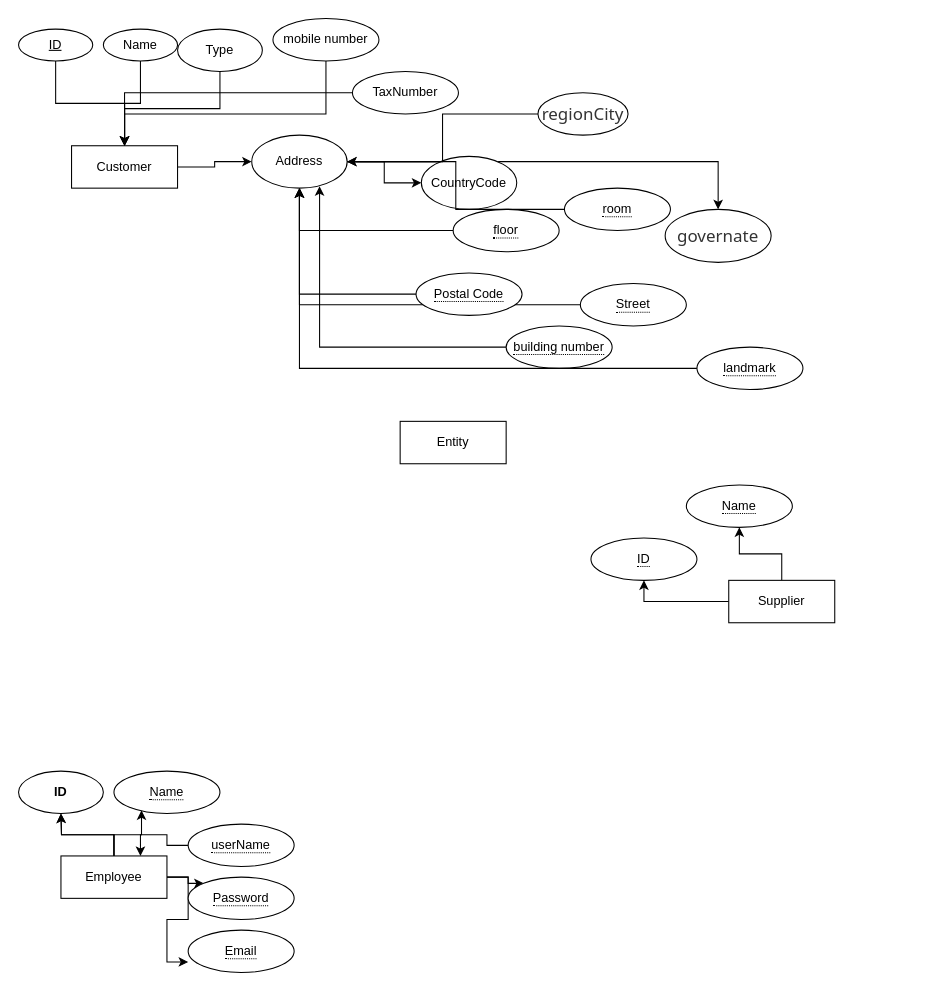
Earlier version of the draw.io diagram Untitled Diagram.drawio (mohamed351/AlphaERP). Source tidied: cells renumbered, new cells numbered last; positions are measured from the earlier drawing's top-left corner, leaving out a move shared by most shapes. Both pictures are drawn from the tidied source at 106%, with x=0, y=0 at pixel (18, 18).
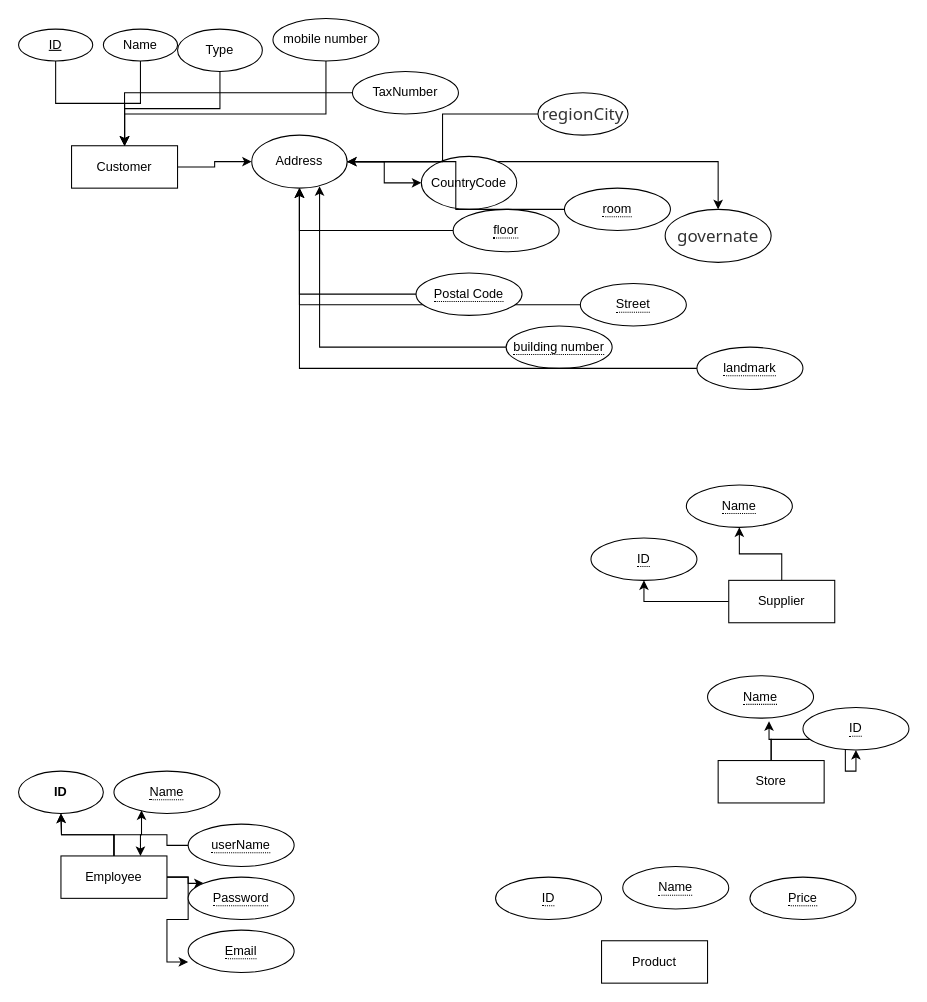
The same page after the edit.

The edit, as a diff of the source:
```diff
@@
+    <mxCell id="51" style="edgeStyle=orthogonalEdgeStyle;rounded=0;jettySize=auto;html=1;entryX=0.5;entryY=1;entryDx=0;entryDy=0;" parent="1" edge="1" source="50" target="54">
+      <mxGeometry relative="1" as="geometry" />
+    </mxCell>
+    <mxCell id="52" style="edgeStyle=orthogonalEdgeStyle;rounded=0;jettySize=auto;html=1;entryX=0.58;entryY=1.075;entryDx=0;entryDy=0;entryPerimeter=0;" parent="1" edge="1" source="50" target="53">
+      <mxGeometry relative="1" as="geometry" />
+    </mxCell>
-    <mxCell id="50" value="Entity" style="whiteSpace=wrap;html=1;align=center;strokeColor=default;" parent="1" vertex="1">
-      <mxGeometry x="360" y="380" width="100" height="40" as="geometry" />
+    <mxCell id="50" value="Store" style="whiteSpace=wrap;html=1;align=center;strokeColor=default;" parent="1" vertex="1">
+      <mxGeometry x="660" y="700" width="100" height="40" as="geometry" />
     </mxCell>
+    <mxCell id="53" value="&lt;span style=&quot;border-bottom: 1px dotted&quot;&gt;Name&lt;/span&gt;" style="ellipse;whiteSpace=wrap;html=1;align=center;strokeColor=default;" parent="1" vertex="1">
+      <mxGeometry x="650" y="620" width="100" height="40" as="geometry" />
+    </mxCell>
+    <mxCell id="54" value="&lt;span style=&quot;border-bottom: 1px dotted&quot;&gt;ID&lt;/span&gt;" style="ellipse;whiteSpace=wrap;html=1;align=center;strokeColor=default;" parent="1" vertex="1">
+      <mxGeometry x="740" y="650" width="100" height="40" as="geometry" />
+    </mxCell>
+    <mxCell id="55" value="Product" style="whiteSpace=wrap;html=1;align=center;strokeColor=default;" parent="1" vertex="1">
+      <mxGeometry x="550" y="870" width="100" height="40" as="geometry" />
+    </mxCell>
+    <mxCell id="56" value="&lt;span style=&quot;border-bottom: 1px dotted&quot;&gt;ID&lt;/span&gt;" style="ellipse;whiteSpace=wrap;html=1;align=center;strokeColor=default;" parent="1" vertex="1">
+      <mxGeometry x="450" y="810" width="100" height="40" as="geometry" />
+    </mxCell>
+    <mxCell id="57" value="&lt;span style=&quot;border-bottom: 1px dotted&quot;&gt;Name&lt;/span&gt;" style="ellipse;whiteSpace=wrap;html=1;align=center;strokeColor=default;" parent="1" vertex="1">
+      <mxGeometry x="570" y="800" width="100" height="40" as="geometry" />
+    </mxCell>
+    <mxCell id="58" value="&lt;span style=&quot;border-bottom: 1px dotted&quot;&gt;Price&lt;/span&gt;" style="ellipse;whiteSpace=wrap;html=1;align=center;strokeColor=default;" parent="1" vertex="1">
+      <mxGeometry x="690" y="810" width="100" height="40" as="geometry" />
+    </mxCell>
```
